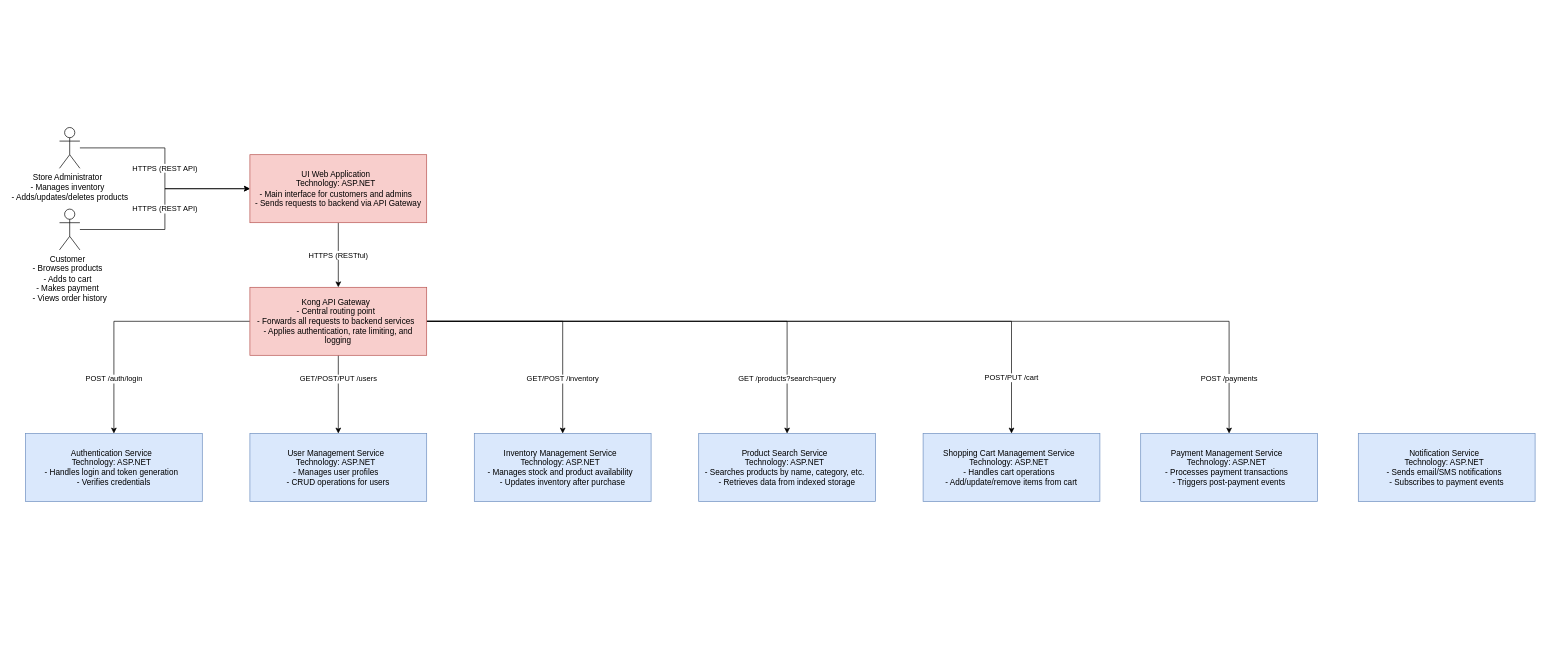
This is SPSMdiagrama_de_arquitectura_lógica .drawio from Mundrack/Diagramas-DrawIO, a draw.io file, before an edit. Source tidied: cells renumbered, new cells numbered last; positions are measured from the earlier drawing's top-left corner, leaving out a move shared by most shapes. Both pictures are drawn from the tidied source at 68%, with x=0, y=0 at pixel (25, 127).
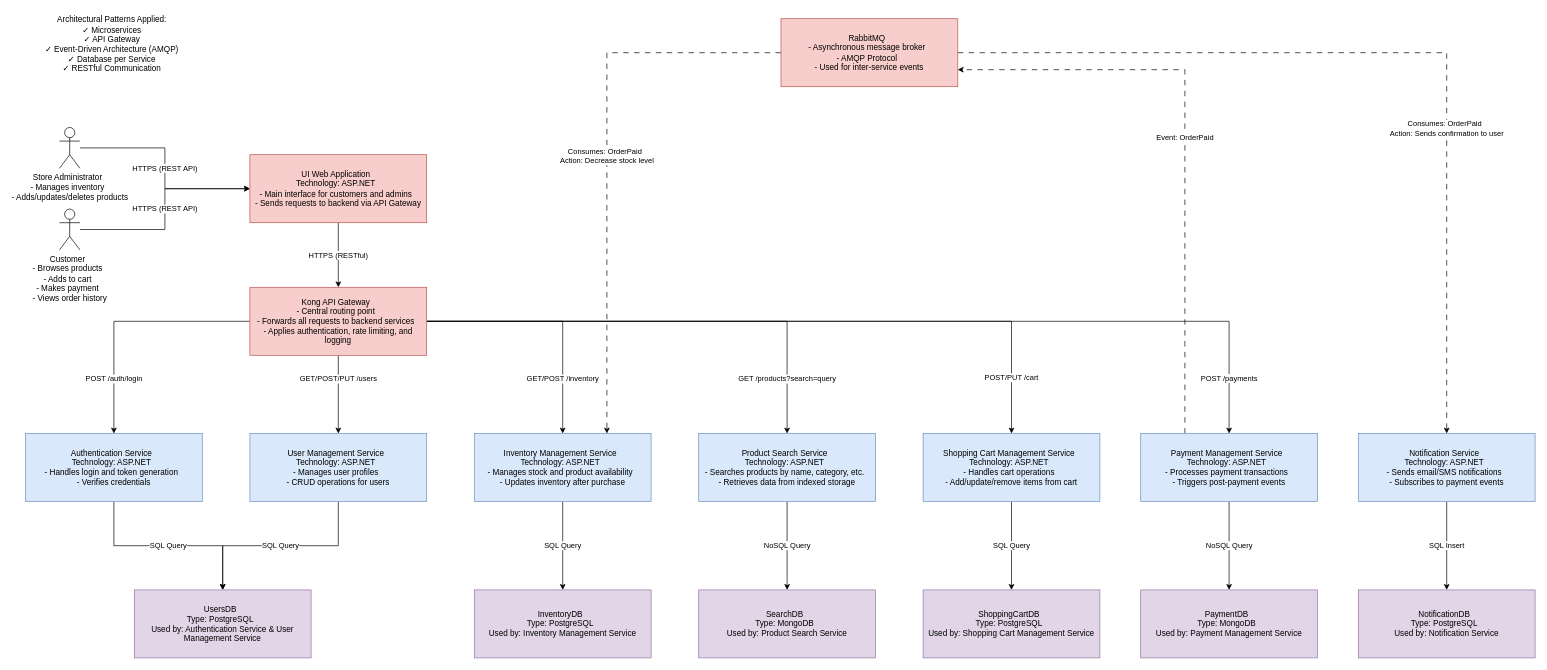
Above is the later version.

Unchanged cells that the change refers to:
```xml
<mxCell id="15" value="&lt;div&gt;Authentication Service&amp;nbsp;&amp;nbsp;&lt;/div&gt;&lt;div&gt;Technology: ASP.NET&amp;nbsp;&amp;nbsp;&lt;/div&gt;&lt;div&gt;- Handles login and token generation&amp;nbsp;&amp;nbsp;&lt;/div&gt;&lt;div&gt;- Verifies credentials&lt;/div&gt;" style="html=1;whiteSpace=wrap;fillColor=#dae8fc;strokeColor=#6c8ebf;" parent="1" vertex="1">
  <mxGeometry y="450" width="260" height="100" as="geometry" />
</mxCell>
<mxCell id="16" value="&lt;div&gt;User Management Service&amp;nbsp;&amp;nbsp;&lt;/div&gt;&lt;div&gt;Technology: ASP.NET&amp;nbsp;&amp;nbsp;&lt;/div&gt;&lt;div&gt;- Manages user profiles&amp;nbsp;&amp;nbsp;&lt;/div&gt;&lt;div&gt;- CRUD operations for users&lt;/div&gt;" style="html=1;whiteSpace=wrap;fillColor=#dae8fc;strokeColor=#6c8ebf;" parent="1" vertex="1">
  <mxGeometry x="330" y="450" width="260" height="100" as="geometry" />
</mxCell>
<mxCell id="17" value="&lt;div&gt;Inventory Management Service&amp;nbsp;&amp;nbsp;&lt;/div&gt;&lt;div&gt;Technology: ASP.NET&amp;nbsp;&amp;nbsp;&lt;/div&gt;&lt;div&gt;- Manages stock and product availability&amp;nbsp;&amp;nbsp;&lt;/div&gt;&lt;div&gt;- Updates inventory after purchase&lt;/div&gt;" style="html=1;whiteSpace=wrap;fillColor=#dae8fc;strokeColor=#6c8ebf;" parent="1" vertex="1">
  <mxGeometry x="660" y="450" width="260" height="100" as="geometry" />
</mxCell>
<mxCell id="18" value="&lt;div&gt;Product Search Service&amp;nbsp;&amp;nbsp;&lt;/div&gt;&lt;div&gt;Technology: ASP.NET&amp;nbsp;&amp;nbsp;&lt;/div&gt;&lt;div&gt;- Searches products by name, category, etc.&amp;nbsp;&amp;nbsp;&lt;/div&gt;&lt;div&gt;- Retrieves data from indexed storage&lt;/div&gt;" style="html=1;whiteSpace=wrap;fillColor=#dae8fc;strokeColor=#6c8ebf;" parent="1" vertex="1">
  <mxGeometry x="990" y="450" width="260" height="100" as="geometry" />
</mxCell>
<mxCell id="19" value="&lt;div&gt;Shopping Cart Management Service&amp;nbsp;&amp;nbsp;&lt;/div&gt;&lt;div&gt;Technology: ASP.NET&amp;nbsp;&amp;nbsp;&lt;/div&gt;&lt;div&gt;- Handles cart operations&amp;nbsp;&amp;nbsp;&lt;/div&gt;&lt;div&gt;- Add/update/remove items from cart&lt;/div&gt;" style="html=1;whiteSpace=wrap;fillColor=#dae8fc;strokeColor=#6c8ebf;" parent="1" vertex="1">
  <mxGeometry x="1320" y="450" width="260" height="100" as="geometry" />
</mxCell>
<mxCell id="20" value="&lt;div&gt;Payment Management Service&amp;nbsp;&amp;nbsp;&lt;/div&gt;&lt;div&gt;Technology: ASP.NET&amp;nbsp;&amp;nbsp;&lt;/div&gt;&lt;div&gt;- Processes payment transactions&amp;nbsp;&amp;nbsp;&lt;/div&gt;&lt;div&gt;- Triggers post-payment events&lt;/div&gt;" style="html=1;whiteSpace=wrap;fillColor=#dae8fc;strokeColor=#6c8ebf;" parent="1" vertex="1">
  <mxGeometry x="1640" y="450" width="260" height="100" as="geometry" />
</mxCell>
<mxCell id="21" value="&lt;div&gt;Notification Service&amp;nbsp;&amp;nbsp;&lt;/div&gt;&lt;div&gt;Technology: ASP.NET&amp;nbsp;&amp;nbsp;&lt;/div&gt;&lt;div&gt;- Sends email/SMS notifications&amp;nbsp;&amp;nbsp;&lt;/div&gt;&lt;div&gt;- Subscribes to payment events&lt;/div&gt;" style="html=1;whiteSpace=wrap;fillColor=#dae8fc;strokeColor=#6c8ebf;" parent="1" vertex="1">
  <mxGeometry x="1960" y="450" width="260" height="100" as="geometry" />
</mxCell>
```

The edit, as a diff of the source:
```diff
@@
+    <mxCell id="22" value="SQL Query" style="edgeStyle=orthogonalEdgeStyle;rounded=0;jettySize=auto;html=1;" parent="1" edge="1" source="15" target="30">
+      <mxGeometry relative="1" as="geometry" />
+    </mxCell>
@@
+    <mxCell id="23" value="SQL Query" style="edgeStyle=orthogonalEdgeStyle;rounded=0;jettySize=auto;html=1;" parent="1" edge="1" source="16" target="30">
+      <mxGeometry relative="1" as="geometry" />
+    </mxCell>
@@
+    <mxCell id="24" value="SQL Query" style="edgeStyle=orthogonalEdgeStyle;rounded=0;jettySize=auto;html=1;entryX=0.5;entryY=0;entryDx=0;entryDy=0;" parent="1" edge="1" source="17" target="31">
+      <mxGeometry relative="1" as="geometry" />
+    </mxCell>
@@
+    <mxCell id="25" value="NoSQL Query" style="edgeStyle=orthogonalEdgeStyle;rounded=0;jettySize=auto;html=1;entryX=0.5;entryY=0;entryDx=0;entryDy=0;" parent="1" edge="1" source="18" target="32">
+      <mxGeometry relative="1" as="geometry" />
+    </mxCell>
@@
+    <mxCell id="26" value="SQL Query" style="edgeStyle=orthogonalEdgeStyle;rounded=0;jettySize=auto;html=1;" parent="1" edge="1" source="19" target="33">
+      <mxGeometry relative="1" as="geometry" />
+    </mxCell>
@@
+    <mxCell id="27" value="NoSQL Query" style="edgeStyle=orthogonalEdgeStyle;rounded=0;jettySize=auto;html=1;entryX=0.5;entryY=0;entryDx=0;entryDy=0;" parent="1" edge="1" source="20" target="34">
+      <mxGeometry relative="1" as="geometry" />
+    </mxCell>
+    <mxCell id="28" value="Event: OrderPaid" style="edgeStyle=orthogonalEdgeStyle;rounded=0;jettySize=auto;html=1;entryX=1;entryY=0.75;entryDx=0;entryDy=0;dashed=1;dashPattern=8 8;exitX=0.25;exitY=0;exitDx=0;exitDy=0;" parent="1" edge="1" source="20" target="38">
+      <mxGeometry relative="1" as="geometry" />
+    </mxCell>
@@
+    <mxCell id="29" value="SQL Insert" style="edgeStyle=orthogonalEdgeStyle;rounded=0;jettySize=auto;html=1;entryX=0.5;entryY=0;entryDx=0;entryDy=0;" parent="1" edge="1" source="21" target="35">
+      <mxGeometry relative="1" as="geometry" />
+    </mxCell>
@@
+    <mxCell id="30" value="&lt;div&gt;UsersDB&amp;nbsp;&amp;nbsp;&lt;/div&gt;&lt;div&gt;Type: PostgreSQL&amp;nbsp;&amp;nbsp;&lt;/div&gt;&lt;div&gt;Used by: Authentication Service &amp;amp; User Management Service&lt;/div&gt;" style="html=1;whiteSpace=wrap;fillColor=#e1d5e7;strokeColor=#9673a6;" parent="1" vertex="1">
+      <mxGeometry x="160" y="680" width="260" height="100" as="geometry" />
+    </mxCell>
+    <mxCell id="31" value="&lt;div&gt;InventoryDB&amp;nbsp;&amp;nbsp;&lt;/div&gt;&lt;div&gt;Type: PostgreSQL&amp;nbsp;&amp;nbsp;&lt;/div&gt;&lt;div&gt;Used by: Inventory Management Service&lt;/div&gt;" style="html=1;whiteSpace=wrap;fillColor=#e1d5e7;strokeColor=#9673a6;" parent="1" vertex="1">
+      <mxGeometry x="660" y="680" width="260" height="100" as="geometry" />
+    </mxCell>
+    <mxCell id="32" value="&lt;div&gt;SearchDB&amp;nbsp;&amp;nbsp;&lt;/div&gt;&lt;div&gt;Type: MongoDB&amp;nbsp;&amp;nbsp;&lt;/div&gt;&lt;div&gt;Used by: Product Search Service&lt;/div&gt;" style="html=1;whiteSpace=wrap;fillColor=#e1d5e7;strokeColor=#9673a6;" parent="1" vertex="1">
+      <mxGeometry x="990" y="680" width="260" height="100" as="geometry" />
+    </mxCell>
+    <mxCell id="33" value="&lt;div&gt;ShoppingCartDB&amp;nbsp;&amp;nbsp;&lt;/div&gt;&lt;div&gt;Type: PostgreSQL&amp;nbsp;&amp;nbsp;&lt;/div&gt;&lt;div&gt;Used by: Shopping Cart Management Service&lt;/div&gt;" style="html=1;whiteSpace=wrap;fillColor=#e1d5e7;strokeColor=#9673a6;" parent="1" vertex="1">
+      <mxGeometry x="1320" y="680" width="260" height="100" as="geometry" />
+    </mxCell>
+    <mxCell id="34" value="&lt;div&gt;PaymentDB&amp;nbsp;&amp;nbsp;&lt;/div&gt;&lt;div&gt;Type: MongoDB&amp;nbsp;&amp;nbsp;&lt;/div&gt;&lt;div&gt;Used by: Payment Management Service&lt;/div&gt;" style="html=1;whiteSpace=wrap;fillColor=#e1d5e7;strokeColor=#9673a6;" parent="1" vertex="1">
+      <mxGeometry x="1640" y="680" width="260" height="100" as="geometry" />
+    </mxCell>
+    <mxCell id="35" value="&lt;div&gt;NotificationDB&amp;nbsp;&amp;nbsp;&lt;/div&gt;&lt;div&gt;Type: PostgreSQL&amp;nbsp;&amp;nbsp;&lt;/div&gt;&lt;div&gt;Used by: Notification Service&lt;/div&gt;" style="html=1;whiteSpace=wrap;fillColor=#e1d5e7;strokeColor=#9673a6;" parent="1" vertex="1">
+      <mxGeometry x="1960" y="680" width="260" height="100" as="geometry" />
+    </mxCell>
+    <mxCell id="36" value="Consumes: OrderPaid  &#10;Action: Sends confirmation to user" style="edgeStyle=orthogonalEdgeStyle;rounded=0;jettySize=auto;html=1;dashed=1;dashPattern=8 8;exitX=1;exitY=0.5;exitDx=0;exitDy=0;" parent="1" edge="1" source="38" target="21">
+      <mxGeometry x="0.3" relative="1" as="geometry" />
+    </mxCell>
+    <mxCell id="37" value="Consumes: OrderPaid  &#10;Action: Decrease stock level" style="edgeStyle=orthogonalEdgeStyle;rounded=0;jettySize=auto;html=1;entryX=0.75;entryY=0;entryDx=0;entryDy=0;dashed=1;dashPattern=8 8;" parent="1" edge="1" source="38" target="17">
+      <mxGeometry relative="1" as="geometry" />
+    </mxCell>
+    <mxCell id="38" value="&lt;div&gt;RabbitMQ&amp;nbsp;&amp;nbsp;&lt;/div&gt;&lt;div&gt;- Asynchronous message broker&amp;nbsp;&amp;nbsp;&lt;/div&gt;&lt;div&gt;- AMQP Protocol&amp;nbsp;&amp;nbsp;&lt;/div&gt;&lt;div&gt;- Used for inter-service events&lt;/div&gt;" style="html=1;whiteSpace=wrap;fillColor=#f8cecc;strokeColor=#b85450;" parent="1" vertex="1">
+      <mxGeometry x="1111" y="-160" width="260" height="100" as="geometry" />
+    </mxCell>
+    <mxCell id="39" value="&lt;div&gt;Architectural Patterns Applied:&amp;nbsp;&amp;nbsp;&lt;/div&gt;&lt;div&gt;✓ Microservices&amp;nbsp;&amp;nbsp;&lt;/div&gt;&lt;div&gt;✓ API Gateway&amp;nbsp;&amp;nbsp;&lt;/div&gt;&lt;div&gt;✓ Event-Driven Architecture (AMQP)&amp;nbsp;&amp;nbsp;&lt;/div&gt;&lt;div&gt;✓ Database per Service&amp;nbsp;&amp;nbsp;&lt;/div&gt;&lt;div&gt;✓ RESTful Communication&amp;nbsp;&amp;nbsp;&lt;/div&gt;&lt;div&gt;&lt;br&gt;&lt;/div&gt;" style="text;html=1;align=center;verticalAlign=middle;strokeColor=none;fillColor=none;" parent="1" vertex="1">
+      <mxGeometry x="15" y="-170" width="230" height="110" as="geometry" />
+    </mxCell>
```
